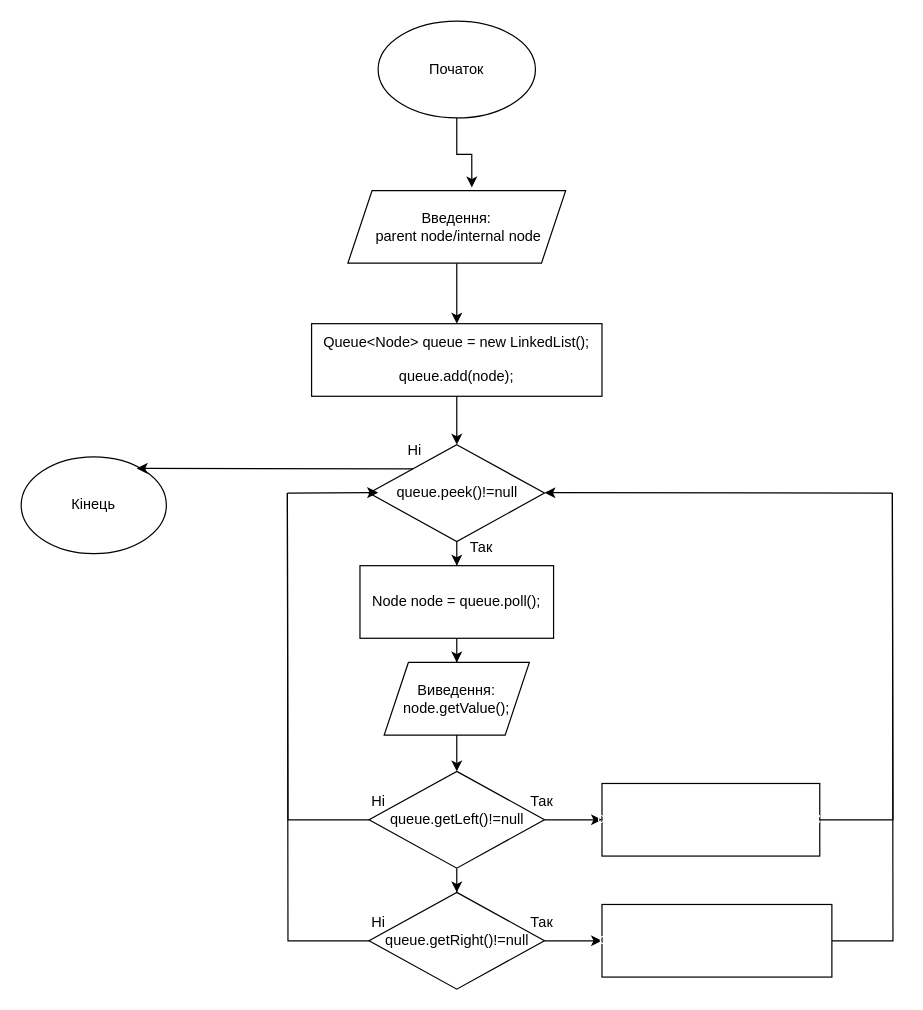
The draw.io diagram src/task/task2/block_diagrams/iterative_traversal.drawio in Zidan4ik/Algorithms, before the edit. Source tidied: cells renumbered, new cells numbered last; positions are measured from the earlier drawing's top-left corner, leaving out a move shared by most shapes. Both pictures are drawn from the tidied source at 121%, with x=0, y=0 at pixel (21, 21).
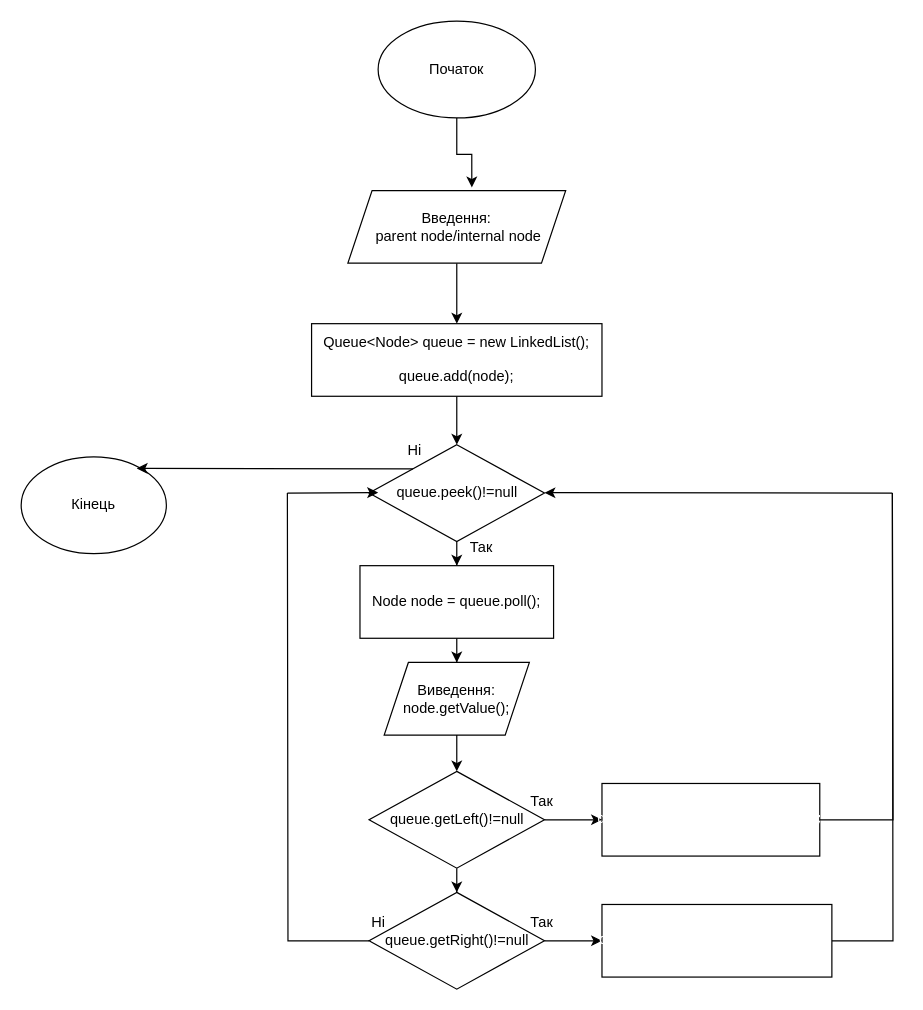
After the change.

The change refers to these unchanged cells:
```xml
<mxCell id="18" value="queue.getLeft()!=null" style="rhombus;whiteSpace=wrap;html=1;" parent="1" vertex="1">
  <mxGeometry x="287.5" y="620" width="145" height="80" as="geometry" />
</mxCell>
```

Diff of the diagram source:
```diff
@@
-    <mxCell id="16" style="edgeStyle=orthogonalEdgeStyle;rounded=0;jettySize=auto;html=1;endArrow=none;endFill=0;" parent="1" edge="1" source="18">
-      <mxGeometry relative="1" as="geometry">
-        <mxPoint x="220" y="390" as="targetPoint" />
-      </mxGeometry>
-    </mxCell>
@@
-    <mxCell id="28" value="Ні" style="text;html=1;align=center;verticalAlign=middle;strokeColor=none;fillColor=none;" parent="1" vertex="1">
-      <mxGeometry x="280" y="630" width="30" height="30" as="geometry" />
-    </mxCell>
```
